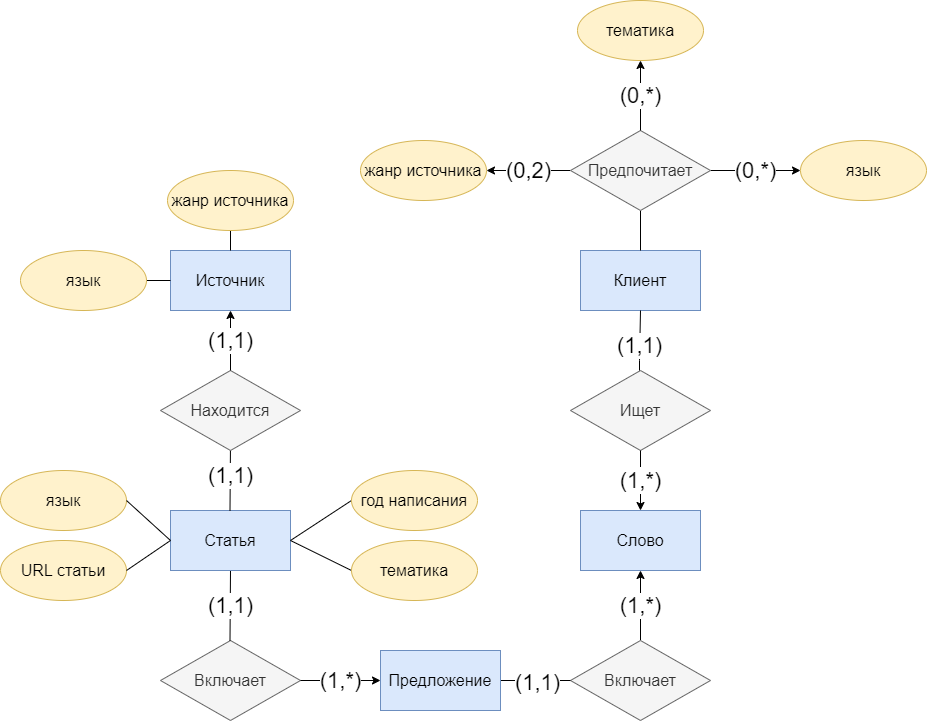
Above: GetImage.png in AgeevAA/DB-project (draw.io), before the change. Source tidied: cells renumbered, new cells last; positions are measured from the earlier drawing's top-left corner, leaving out a move shared by most shapes.
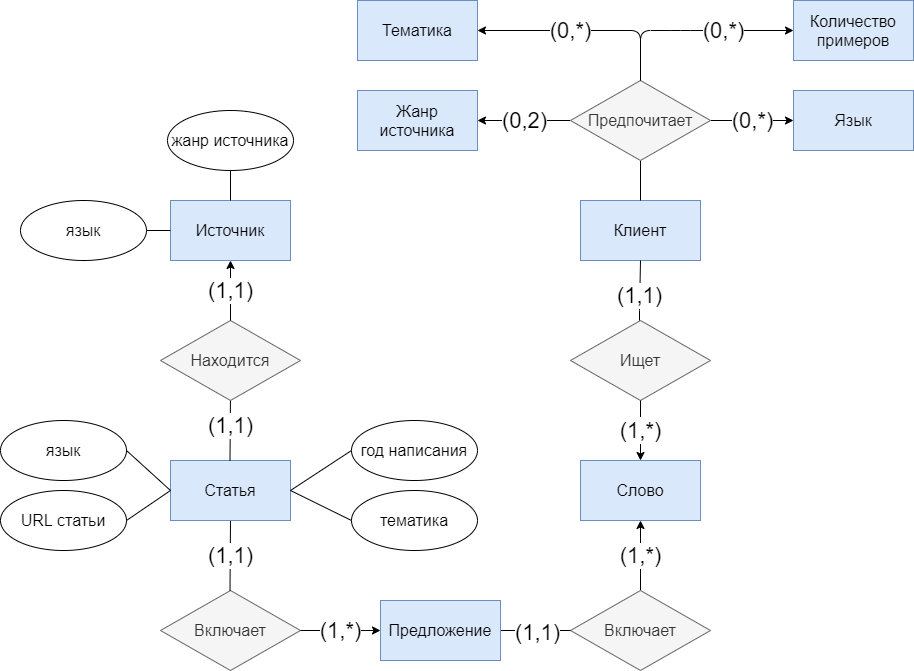
The same diagram one commit later.

Change to the diagram source:
```diff
@@ -83,7 +83,7 @@
         <mxPoint x="290" y="540" as="sourcePoint" />
       </mxGeometry>
     </mxCell>
-    <mxCell id="21" value="&lt;font style=&quot;font-size: 22px&quot;&gt;(0,*)&lt;/font&gt;" style="endArrow=classic;html=1;entryX=0;entryY=0.5;entryDx=0;entryDy=0;exitX=1;exitY=0.5;exitDx=0;exitDy=0;endFill=1;" parent="1" edge="1" source="29" target="28">
+    <mxCell id="21" value="&lt;font style=&quot;font-size: 22px&quot;&gt;(0,*)&lt;/font&gt;" style="endArrow=classic;html=1;entryX=0;entryY=0.5;entryDx=0;entryDy=0;exitX=1;exitY=0.5;exitDx=0;exitDy=0;endFill=1;" parent="1" edge="1" source="29" target="43">
       <mxGeometry relative="1" as="geometry" />
     </mxCell>
     <mxCell id="22" style="endArrow=none;html=1;exitX=0.5;exitY=0;exitDx=0;exitDy=0;entryX=0.5;entryY=1;entryDx=0;entryDy=0;" parent="1" edge="1" source="18" target="38">
@@ -97,52 +97,68 @@
     <mxCell id="24" style="endArrow=none;html=1;exitX=0.5;exitY=0;exitDx=0;exitDy=0;entryX=0.5;entryY=1;entryDx=0;entryDy=0;" parent="1" edge="1" source="2" target="29">
       <mxGeometry relative="1" as="geometry" />
     </mxCell>
-    <mxCell id="25" value="&lt;font style=&quot;font-size: 22px&quot;&gt;(0,2)&lt;/font&gt;" style="endArrow=none;html=1;entryX=0;entryY=0.5;entryDx=0;entryDy=0;exitX=1;exitY=0.5;exitDx=0;exitDy=0;startArrow=classic;startFill=1;" parent="1" edge="1" source="26" target="29">
-      <mxGeometry relative="1" as="geometry" />
+    <mxCell id="25" value="&lt;font style=&quot;font-size: 22px&quot;&gt;(0,2)&lt;/font&gt;" style="endArrow=none;html=1;entryX=0;entryY=0.5;entryDx=0;entryDy=0;exitX=1;exitY=0.5;exitDx=0;exitDy=0;startArrow=classic;startFill=1;" parent="1" edge="1" target="29">
+      <mxGeometry relative="1" as="geometry">
+        <mxPoint x="477" y="170" as="sourcePoint" />
+      </mxGeometry>
     </mxCell>
-    <mxCell id="26" value="&lt;font style=&quot;font-size: 16px&quot;&gt;жанр источника&lt;/font&gt;" style="ellipse;whiteSpace=wrap;html=1;fillColor=#fff2cc;strokeColor=#d6b656;" parent="1" vertex="1">
-      <mxGeometry x="360" y="140" width="126" height="60" as="geometry" />
-    </mxCell>
-    <mxCell id="27" value="&lt;span style=&quot;font-size: 16px&quot;&gt;тематика&lt;/span&gt;" style="ellipse;whiteSpace=wrap;html=1;fillColor=#fff2cc;strokeColor=#d6b656;" parent="1" vertex="1">
-      <mxGeometry x="577" width="126" height="60" as="geometry" />
-    </mxCell>
-    <mxCell id="28" value="&lt;span style=&quot;font-size: 16px&quot;&gt;язык&lt;/span&gt;" style="ellipse;whiteSpace=wrap;html=1;fillColor=#fff2cc;strokeColor=#d6b656;" parent="1" vertex="1">
-      <mxGeometry x="800" y="140" width="126" height="60" as="geometry" />
-    </mxCell>
     <mxCell id="29" value="&lt;font style=&quot;font-size: 16px&quot;&gt;Предпочитает&lt;/font&gt;" style="rhombus;whiteSpace=wrap;html=1;fillColor=#f5f5f5;strokeColor=#666666;fontColor=#333333;" parent="1" vertex="1">
       <mxGeometry x="570" y="130" width="140" height="80" as="geometry" />
     </mxCell>
-    <mxCell id="30" value="&lt;font style=&quot;font-size: 22px&quot;&gt;(0,*)&lt;/font&gt;" style="endArrow=classic;html=1;entryX=0.5;entryY=1;entryDx=0;entryDy=0;endFill=1;" parent="1" edge="1" target="27">
-      <mxGeometry relative="1" as="geometry">
+    <mxCell id="30" value="&lt;font style=&quot;font-size: 22px&quot;&gt;(0,*)&lt;/font&gt;" style="endArrow=classic;html=1;entryX=1;entryY=0.5;entryDx=0;entryDy=0;endFill=1;" parent="1" edge="1" target="42">
+      <mxGeometry x="0.13" relative="1" as="geometry">
         <mxPoint x="640" y="130" as="sourcePoint" />
+        <Array as="points">
+          <mxPoint x="640" y="80" />
+        </Array>
       </mxGeometry>
     </mxCell>
-    <mxCell id="31" value="&lt;span style=&quot;font-size: 16px&quot;&gt;язык&lt;/span&gt;" style="ellipse;whiteSpace=wrap;html=1;fillColor=#fff2cc;strokeColor=#d6b656;" parent="1" vertex="1">
+    <mxCell id="31" value="&lt;span style=&quot;font-size: 16px&quot;&gt;язык&lt;/span&gt;" style="ellipse;whiteSpace=wrap;html=1;" parent="1" vertex="1">
       <mxGeometry y="470" width="126" height="60" as="geometry" />
     </mxCell>
     <mxCell id="32" style="endArrow=none;html=1;exitX=1;exitY=0.5;exitDx=0;exitDy=0;entryX=0;entryY=0.5;entryDx=0;entryDy=0;" parent="1" edge="1" source="31" target="14">
       <mxGeometry relative="1" as="geometry" />
     </mxCell>
-    <mxCell id="33" value="&lt;span style=&quot;font-size: 16px&quot;&gt;URL статьи&lt;/span&gt;" style="ellipse;whiteSpace=wrap;html=1;fillColor=#fff2cc;strokeColor=#d6b656;" parent="1" vertex="1">
+    <mxCell id="33" value="&lt;span style=&quot;font-size: 16px&quot;&gt;URL статьи&lt;/span&gt;" style="ellipse;whiteSpace=wrap;html=1;" parent="1" vertex="1">
       <mxGeometry y="540" width="126" height="60" as="geometry" />
     </mxCell>
-    <mxCell id="34" value="&lt;span style=&quot;font-size: 16px&quot;&gt;год написания&lt;/span&gt;" style="ellipse;whiteSpace=wrap;html=1;fillColor=#fff2cc;strokeColor=#d6b656;" parent="1" vertex="1">
+    <mxCell id="34" value="&lt;span style=&quot;font-size: 16px&quot;&gt;год написания&lt;/span&gt;" style="ellipse;whiteSpace=wrap;html=1;" parent="1" vertex="1">
       <mxGeometry x="351" y="470" width="126" height="60" as="geometry" />
     </mxCell>
-    <mxCell id="35" value="&lt;span style=&quot;font-size: 16px&quot;&gt;тематика&lt;/span&gt;" style="ellipse;whiteSpace=wrap;html=1;fillColor=#fff2cc;strokeColor=#d6b656;" parent="1" vertex="1">
+    <mxCell id="35" value="&lt;span style=&quot;font-size: 16px&quot;&gt;тематика&lt;/span&gt;" style="ellipse;whiteSpace=wrap;html=1;" parent="1" vertex="1">
       <mxGeometry x="351" y="540" width="126" height="60" as="geometry" />
     </mxCell>
     <mxCell id="36" style="endArrow=none;html=1;entryX=1;entryY=0.5;entryDx=0;entryDy=0;exitX=0;exitY=0.5;exitDx=0;exitDy=0;" parent="1" edge="1" source="14" target="33">
       <mxGeometry relative="1" as="geometry" />
     </mxCell>
-    <mxCell id="37" value="&lt;span style=&quot;font-size: 16px&quot;&gt;язык&lt;/span&gt;" style="ellipse;whiteSpace=wrap;html=1;fillColor=#fff2cc;strokeColor=#d6b656;" parent="1" vertex="1">
+    <mxCell id="37" value="&lt;span style=&quot;font-size: 16px&quot;&gt;язык&lt;/span&gt;" style="ellipse;whiteSpace=wrap;html=1;" parent="1" vertex="1">
       <mxGeometry x="20" y="250" width="126" height="60" as="geometry" />
     </mxCell>
-    <mxCell id="38" value="&lt;font style=&quot;font-size: 16px&quot;&gt;жанр источника&lt;/font&gt;" style="ellipse;whiteSpace=wrap;html=1;fillColor=#fff2cc;strokeColor=#d6b656;" parent="1" vertex="1">
-      <mxGeometry x="167" y="170" width="126" height="60" as="geometry" />
+    <mxCell id="38" value="&lt;font style=&quot;font-size: 16px&quot;&gt;жанр источника&lt;/font&gt;" style="ellipse;whiteSpace=wrap;html=1;" parent="1" vertex="1">
+      <mxGeometry x="167" y="160" width="126" height="60" as="geometry" />
     </mxCell>
     <mxCell id="39" value="&lt;span style=&quot;font-size: 22px&quot;&gt;(1,*)&lt;/span&gt;" style="endArrow=none;html=1;entryX=1;entryY=0.5;entryDx=0;entryDy=0;exitX=0;exitY=0.5;exitDx=0;exitDy=0;startArrow=classic;startFill=1;" parent="1" edge="1" source="11" target="12">
       <mxGeometry relative="1" as="geometry" />
     </mxCell>
+    <mxCell id="40" value="&lt;font style=&quot;font-size: 22px&quot;&gt;(0,*)&lt;/font&gt;" style="endArrow=classic;html=1;endFill=1;exitX=0.5;exitY=0;exitDx=0;exitDy=0;entryX=0;entryY=0.5;entryDx=0;entryDy=0;" parent="1" edge="1" source="29" target="44">
+      <mxGeometry x="0.31" relative="1" as="geometry">
+        <Array as="points">
+          <mxPoint x="640" y="80" />
+          <mxPoint x="680" y="80" />
+        </Array>
+      </mxGeometry>
+    </mxCell>
+    <mxCell id="41" value="&lt;font style=&quot;font-size: 16px&quot;&gt;Жанр источника&lt;/font&gt;" style="rounded=0;whiteSpace=wrap;html=1;fillColor=#dae8fc;strokeColor=#6c8ebf;" parent="1" vertex="1">
+      <mxGeometry x="357" y="140" width="120" height="60" as="geometry" />
+    </mxCell>
+    <mxCell id="42" value="&lt;font style=&quot;font-size: 16px&quot;&gt;Тематика&lt;/font&gt;" style="rounded=0;whiteSpace=wrap;html=1;fillColor=#dae8fc;strokeColor=#6c8ebf;" parent="1" vertex="1">
+      <mxGeometry x="357" y="50" width="120" height="60" as="geometry" />
+    </mxCell>
+    <mxCell id="43" value="&lt;font style=&quot;font-size: 16px&quot;&gt;Язык&lt;/font&gt;" style="rounded=0;whiteSpace=wrap;html=1;fillColor=#dae8fc;strokeColor=#6c8ebf;" parent="1" vertex="1">
+      <mxGeometry x="793" y="140" width="120" height="60" as="geometry" />
+    </mxCell>
+    <mxCell id="44" value="&lt;font style=&quot;font-size: 16px&quot;&gt;Количество примеров&lt;/font&gt;" style="rounded=0;whiteSpace=wrap;html=1;fillColor=#dae8fc;strokeColor=#6c8ebf;" parent="1" vertex="1">
+      <mxGeometry x="793" y="50" width="120" height="60" as="geometry" />
+    </mxCell>
   </root>
 </mxGraphModel>
```
